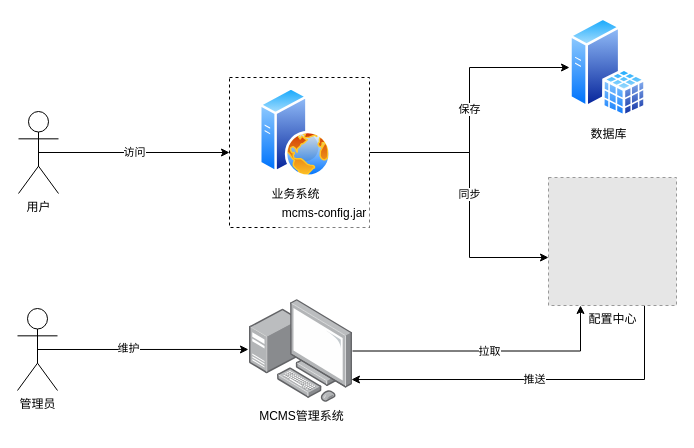
The draw.io diagram test.drawio in rabbit-liujch/draw-io, before the edit. Source tidied: cells renumbered, new cells numbered last; positions are measured from the earlier drawing's top-left corner, leaving out a move shared by most shapes. Both pictures are drawn from the tidied source at 100%, with x=0, y=0 at pixel (17, 17). Pictures stored in the file or linked from it are replaced by grey dashed boxes.
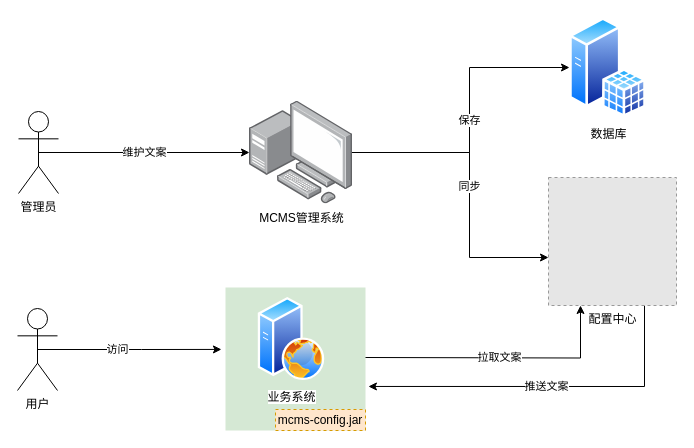
The same diagram, later.

The change refers to these unchanged cells:
```xml
<mxCell id="14" value="数据库" style="perimeter=ellipsePerimeter;html=1;align=center;shadow=0;dashed=0;spacingTop=3;image;image=img/lib/active_directory/sql_server.svg;" parent="1" vertex="1">
  <mxGeometry x="552" width="77" height="100" as="geometry" />
</mxCell>
<mxCell id="16" value="配置中心" style="fillColor=#E6E6E6;strokeColor=#999999;dashed=1;html=1;verticalAlign=top;verticalLabelPosition=bottom;labelBackgroundColor=#ffffff;" parent="1" vertex="1">
  <mxGeometry x="531" y="160" width="128" height="128" as="geometry" />
</mxCell>
```

Diff of the diagram source:
```diff
@@
-    <mxCell id="2" value="保存" style="edgeStyle=orthogonalEdgeStyle;rounded=0;jettySize=auto;html=1;exitX=1;exitY=0.5;exitDx=0;exitDy=0;" parent="1" edge="1" source="4" target="14">
-      <mxGeometry relative="1" as="geometry" />
+    <mxCell id="2" value="保存" style="edgeStyle=orthogonalEdgeStyle;rounded=0;jettySize=auto;html=1;exitX=0.971;exitY=0.5;exitDx=0;exitDy=0;exitPerimeter=0;" parent="1" edge="1" source="9" target="14">
+      <mxGeometry relative="1" as="geometry">
+        <Array as="points">
+          <mxPoint x="452" y="135" />
+          <mxPoint x="452" y="50" />
+        </Array>
+      </mxGeometry>
     </mxCell>
-    <mxCell id="3" value="同步" style="edgeStyle=orthogonalEdgeStyle;rounded=0;jettySize=auto;html=1;exitX=1;exitY=0.5;exitDx=0;exitDy=0;" parent="1" edge="1" source="4" target="16">
+    <mxCell id="3" value="同步" style="edgeStyle=orthogonalEdgeStyle;rounded=0;jettySize=auto;html=1;" parent="1" edge="1" source="9" target="16">
       <mxGeometry relative="1" as="geometry">
         <Array as="points">
+          <mxPoint x="284" y="135" />
           <mxPoint x="452" y="135" />
           <mxPoint x="452" y="240" />
         </Array>
       </mxGeometry>
     </mxCell>
-    <mxCell id="4" style="rounded=0;whiteSpace=wrap;html=1;strokeColor=#000000;dashed=1;" parent="1" vertex="1">
-      <mxGeometry x="212" y="60" width="140" height="150" as="geometry" />
+    <mxCell id="4" style="rounded=0;whiteSpace=wrap;html=1;strokeColor=none;dashed=1;fillColor=#d5e8d4;" parent="1" vertex="1">
+      <mxGeometry x="208" y="270" width="140" height="143" as="geometry" />
     </mxCell>
-    <mxCell id="5" style="edgeStyle=orthogonalEdgeStyle;rounded=0;jettySize=auto;html=1;exitX=0.5;exitY=0.5;exitDx=0;exitDy=0;exitPerimeter=0;entryX=-0.01;entryY=0.485;entryDx=0;entryDy=0;entryPerimeter=0;" parent="1" edge="1" source="7" target="9">
+    <mxCell id="5" style="edgeStyle=orthogonalEdgeStyle;rounded=0;jettySize=auto;html=1;exitX=0.5;exitY=0.5;exitDx=0;exitDy=0;exitPerimeter=0;entryX=-0.029;entryY=0.433;entryDx=0;entryDy=0;entryPerimeter=0;" parent="1" edge="1" source="7" target="4">
       <mxGeometry relative="1" as="geometry" />
     </mxCell>
-    <mxCell id="6" value="维护" style="edgeLabel;html=1;align=center;verticalAlign=middle;" parent="5" vertex="1">
+    <mxCell id="6" value="访问" style="edgeLabel;html=1;align=center;verticalAlign=middle;" parent="5" vertex="1">
       <mxGeometry x="-0.14" y="1" relative="1" as="geometry" />
     </mxCell>
-    <mxCell id="7" value="管理员" style="shape=umlActor;verticalLabelPosition=bottom;labelBackgroundColor=#ffffff;verticalAlign=top;html=1;outlineConnect=0;" parent="1" vertex="1">
+    <mxCell id="7" value="用户" style="shape=umlActor;verticalLabelPosition=bottom;labelBackgroundColor=#ffffff;verticalAlign=top;html=1;outlineConnect=0;" parent="1" vertex="1">
       <mxGeometry y="291" width="40" height="82" as="geometry" />
     </mxCell>
-    <mxCell id="8" value="拉取" style="edgeStyle=orthogonalEdgeStyle;rounded=0;jettySize=auto;html=1;entryX=0.25;entryY=1;entryDx=0;entryDy=0;" parent="1" edge="1" source="9" target="16">
-      <mxGeometry relative="1" as="geometry" />
+    <mxCell id="8" value="拉取文案" style="edgeStyle=orthogonalEdgeStyle;rounded=0;jettySize=auto;html=1;entryX=0.25;entryY=1;entryDx=0;entryDy=0;" parent="1" edge="1" target="16">
+      <mxGeometry relative="1" as="geometry">
+        <mxPoint x="348" y="340" as="sourcePoint" />
+      </mxGeometry>
     </mxCell>
     <mxCell id="9" value="MCMS管理系统" style="points=[];html=1;align=center;shadow=0;dashed=0;image;image=img/lib/allied_telesis/computer_and_terminals/Personal_Computer_with_Server.svg;" parent="1" vertex="1">
-      <mxGeometry x="232" y="282" width="103" height="103" as="geometry" />
+      <mxGeometry x="232" y="83.5" width="103" height="103" as="geometry" />
     </mxCell>
     <mxCell id="10" value="业务系统" style="perimeter=ellipsePerimeter;html=1;align=center;shadow=0;dashed=0;spacingTop=3;image;image=img/lib/active_directory/web_server.svg;" parent="1" vertex="1">
-      <mxGeometry x="242" y="70" width="72" height="90" as="geometry" />
+      <mxGeometry x="238" y="280" width="72" height="83" as="geometry" />
     </mxCell>
-    <mxCell id="11" value="mcms-config.jar" style="rounded=0;whiteSpace=wrap;html=1;dashed=1;strokeColor=none;" parent="1" vertex="1">
-      <mxGeometry x="262" y="182" width="90" height="28" as="geometry" />
+    <mxCell id="11" value="mcms-config.jar" style="rounded=0;whiteSpace=wrap;html=1;dashed=1;strokeColor=#d79b00;fillColor=#ffe6cc;" parent="1" vertex="1">
+      <mxGeometry x="258" y="392" width="90" height="21" as="geometry" />
     </mxCell>
-    <mxCell id="12" value="访问" style="edgeStyle=orthogonalEdgeStyle;rounded=0;jettySize=auto;html=1;exitX=0.5;exitY=0.5;exitDx=0;exitDy=0;exitPerimeter=0;" parent="1" edge="1" source="13" target="4">
+    <mxCell id="12" value="维护文案" style="edgeStyle=orthogonalEdgeStyle;rounded=0;jettySize=auto;html=1;exitX=0.5;exitY=0.5;exitDx=0;exitDy=0;exitPerimeter=0;" parent="1" edge="1" source="13" target="9">
       <mxGeometry relative="1" as="geometry" />
     </mxCell>
-    <mxCell id="13" value="用户" style="shape=umlActor;verticalLabelPosition=bottom;labelBackgroundColor=#ffffff;verticalAlign=top;html=1;outlineConnect=0;" parent="1" vertex="1">
+    <mxCell id="13" value="管理员" style="shape=umlActor;verticalLabelPosition=bottom;labelBackgroundColor=#ffffff;verticalAlign=top;html=1;outlineConnect=0;" parent="1" vertex="1">
       <mxGeometry x="1" y="94" width="40" height="82" as="geometry" />
     </mxCell>
@@
-    <mxCell id="15" value="推送" style="edgeStyle=orthogonalEdgeStyle;rounded=0;jettySize=auto;html=1;exitX=0.75;exitY=1;exitDx=0;exitDy=0;entryX=0.99;entryY=0.777;entryDx=0;entryDy=0;entryPerimeter=0;" parent="1" edge="1" source="16" target="9">
+    <mxCell id="15" value="推送文案" style="edgeStyle=orthogonalEdgeStyle;rounded=0;jettySize=auto;html=1;exitX=0.75;exitY=1;exitDx=0;exitDy=0;entryX=1.021;entryY=0.692;entryDx=0;entryDy=0;entryPerimeter=0;" parent="1" edge="1" source="16" target="4">
       <mxGeometry relative="1" as="geometry" />
     </mxCell>
```
